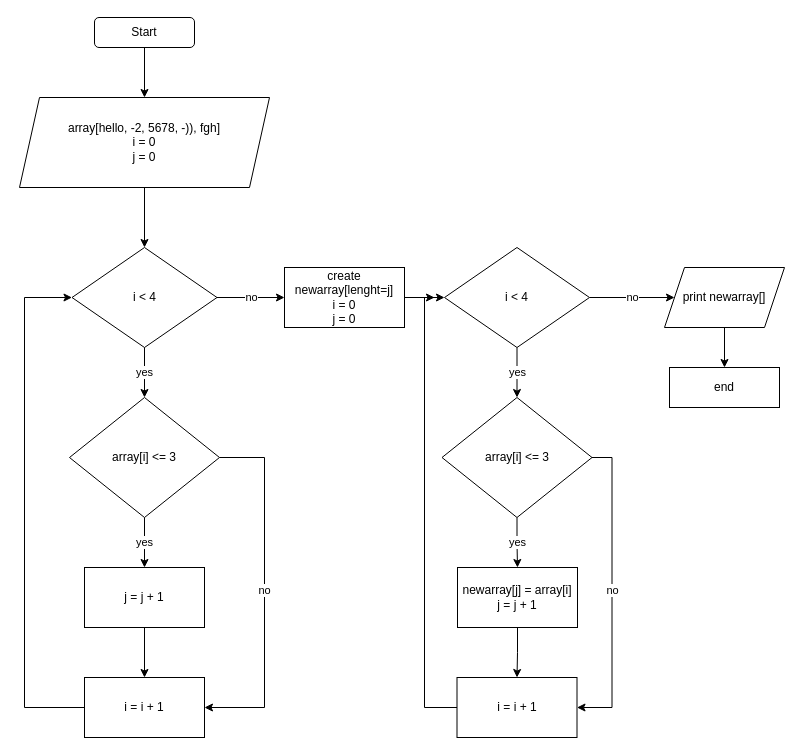
Earlier version of the draw.io diagram algoritm.drawio (Chin4488/Control-Work-1). Source tidied: cells renumbered, new cells numbered last; positions are measured from the earlier drawing's top-left corner, leaving out a move shared by most shapes. Both pictures are drawn from the tidied source at 100%, with x=0, y=0 at pixel (-6, 17).
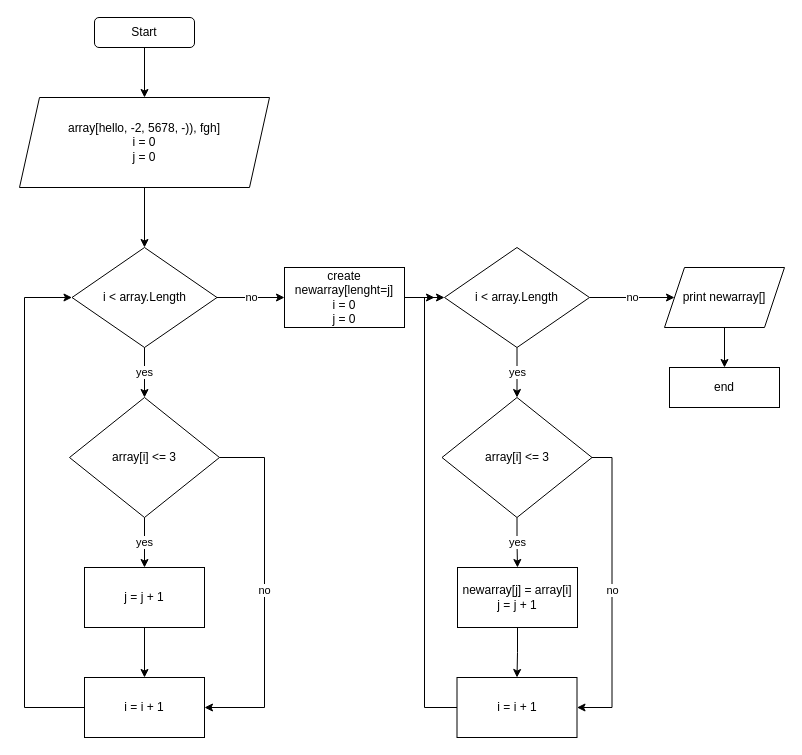
The same diagram, later.

Commit message (it also covers changes not shown here):
уточнение в схеме алгоритма, цикл array.Lenght

Change to the diagram source:
```diff
@@
-    <mxCell id="6" value="i &amp;lt; 4" style="rhombus;whiteSpace=wrap;html=1;" parent="1" vertex="1">
+    <mxCell id="6" value="i &amp;lt; array.Length" style="rhombus;whiteSpace=wrap;html=1;" parent="1" vertex="1">
       <mxGeometry x="77.5" y="230" width="145" height="100" as="geometry" />
     </mxCell>
@@
-    <mxCell id="13" value="i &amp;lt; 4" style="rhombus;whiteSpace=wrap;html=1;" parent="1" vertex="1">
+    <mxCell id="13" value="i &amp;lt; array.Length" style="rhombus;whiteSpace=wrap;html=1;" parent="1" vertex="1">
       <mxGeometry x="450" y="230" width="145" height="100" as="geometry" />
     </mxCell>
```
